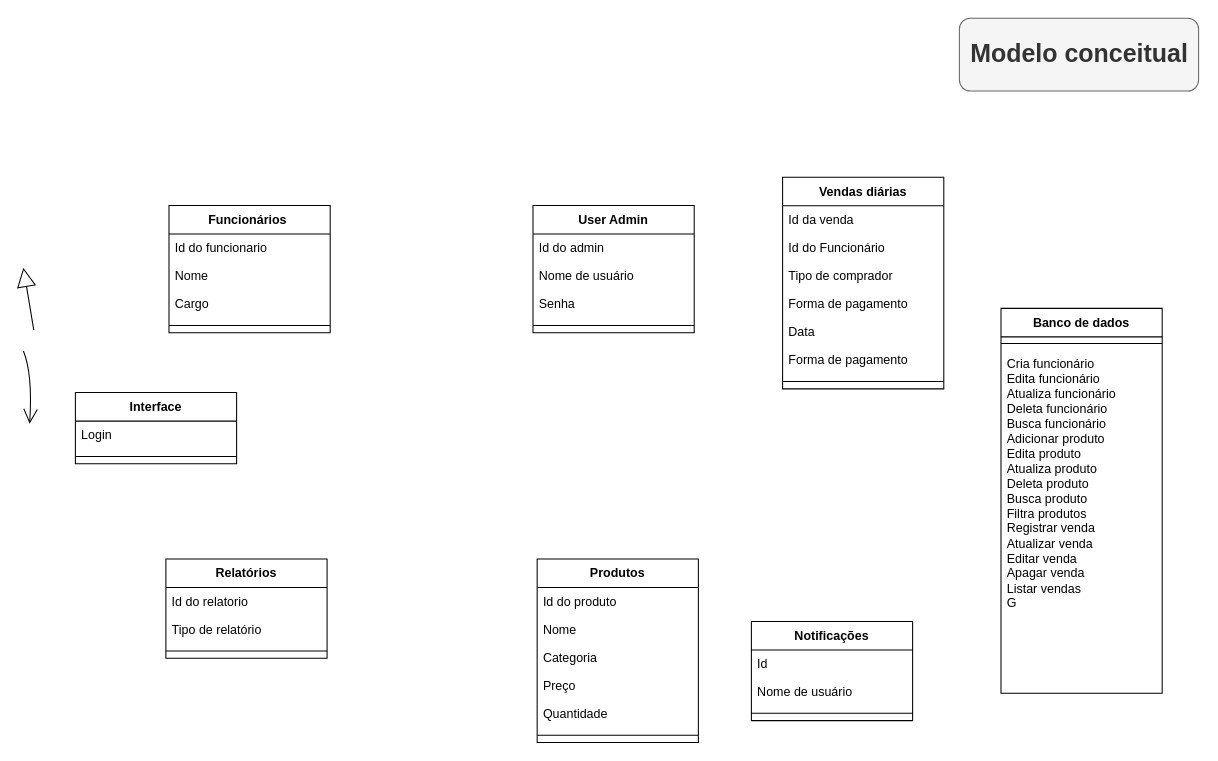
Above: Diagrama sem nome.drawio in belleruivo/cantina-fatore (draw.io), before the change. Source tidied: cells renumbered, new cells numbered last; positions are measured from the earlier drawing's top-left corner, leaving out a move shared by most shapes. Both pictures are drawn from the tidied source at 104%, with x=0, y=0 at pixel (23, 18).
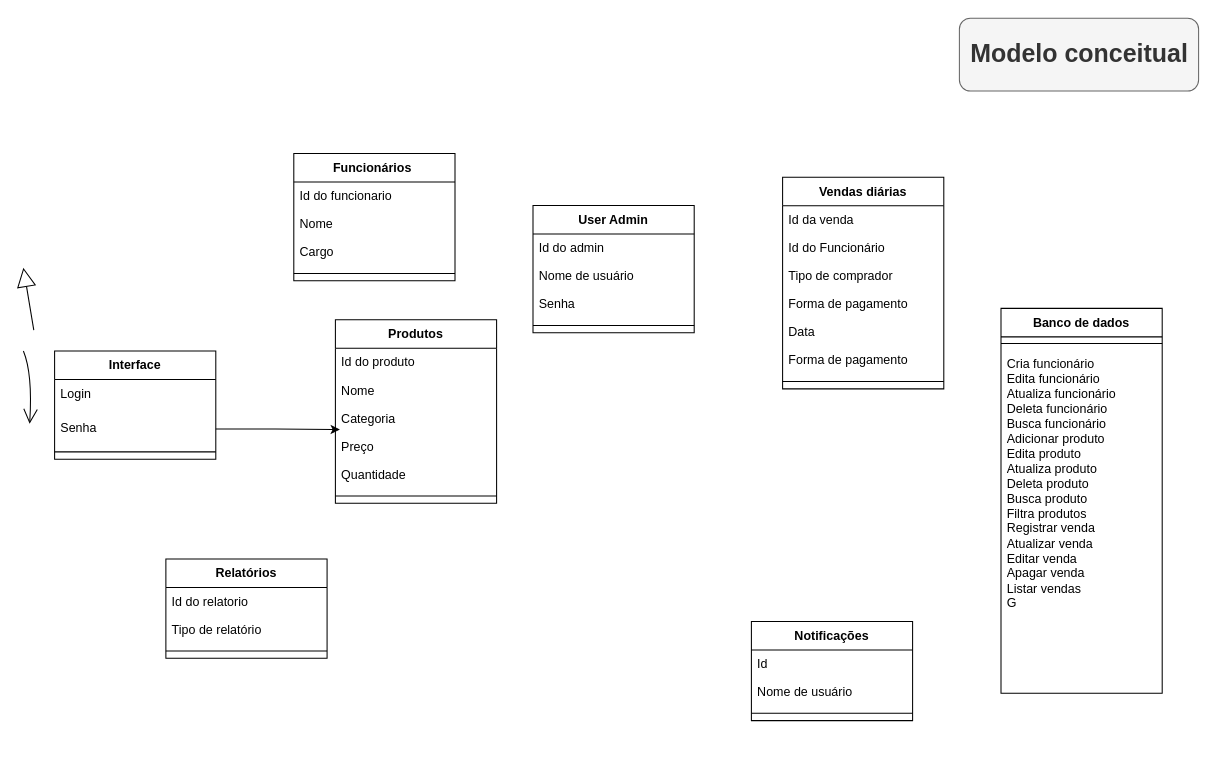
The same diagram, later.

Unchanged cells that the change refers to:
```xml
<mxCell id="37" value="Preço" style="text;strokeColor=none;fillColor=none;align=left;verticalAlign=top;spacingLeft=4;spacingRight=4;overflow=hidden;points=[[0,0.5],[1,0.5]];portConstraint=eastwest;" parent="33" vertex="1">
  <mxGeometry y="108.4" width="155" height="27" as="geometry" />
</mxCell>
```

What changed in the source:
```diff
@@
     <mxCell id="24" value="Funcionários " style="swimlane;fontStyle=1;align=center;verticalAlign=top;horizontal=1;startSize=27.428571428571427;" parent="1" vertex="1">
-      <mxGeometry x="140" y="180" width="155" height="122.4" as="geometry" />
+      <mxGeometry x="260" y="130" width="155" height="122.4" as="geometry" />
     </mxCell>
@@
     <mxCell id="33" value="Produtos" style="swimlane;fontStyle=1;align=center;verticalAlign=top;horizontal=1;startSize=27.428571428571427;" parent="1" vertex="1">
-      <mxGeometry x="494" y="520" width="155" height="176.4" as="geometry" />
+      <mxGeometry x="300" y="290" width="155" height="176.4" as="geometry" />
     </mxCell>
@@
     <mxCell id="40" value="Interface" style="swimlane;fontStyle=1;align=center;verticalAlign=top;horizontal=1;startSize=27.428571428571427;" parent="1" vertex="1">
-      <mxGeometry x="50" y="360" width="155" height="68.4" as="geometry" />
+      <mxGeometry x="30" y="320" width="155" height="104" as="geometry" />
     </mxCell>
     <mxCell id="41" value="Login" style="text;strokeColor=none;fillColor=none;align=left;verticalAlign=top;spacingLeft=4;spacingRight=4;overflow=hidden;" parent="40" vertex="1">
-      <mxGeometry y="27.4" width="155" height="27" as="geometry" />
+      <mxGeometry y="27.4" width="155" height="32.6" as="geometry" />
     </mxCell>
+    <mxCell id="44" value="Senha" style="text;strokeColor=none;fillColor=none;align=left;verticalAlign=top;spacingLeft=4;spacingRight=4;overflow=hidden;points=[[0,0.5],[1,0.5]];portConstraint=eastwest;" parent="40" vertex="1">
+      <mxGeometry y="60" width="155" height="30" as="geometry" />
+    </mxCell>
     <mxCell id="42" style="line;strokeWidth=1;fillColor=none;align=left;verticalAlign=middle;spacingTop=-1;spacingLeft=3;spacingRight=3;labelPosition=right;strokeColor=inherit;" parent="40" vertex="1">
-      <mxGeometry y="54.4" width="155" height="14" as="geometry" />
+      <mxGeometry y="90" width="155" height="14" as="geometry" />
     </mxCell>
@@
+    <mxCell id="45" style="edgeStyle=orthogonalEdgeStyle;rounded=0;jettySize=auto;html=1;entryX=0.028;entryY=-0.104;entryDx=0;entryDy=0;entryPerimeter=0;" parent="1" edge="1" source="44" target="37">
+      <mxGeometry relative="1" as="geometry" />
+    </mxCell>
```
